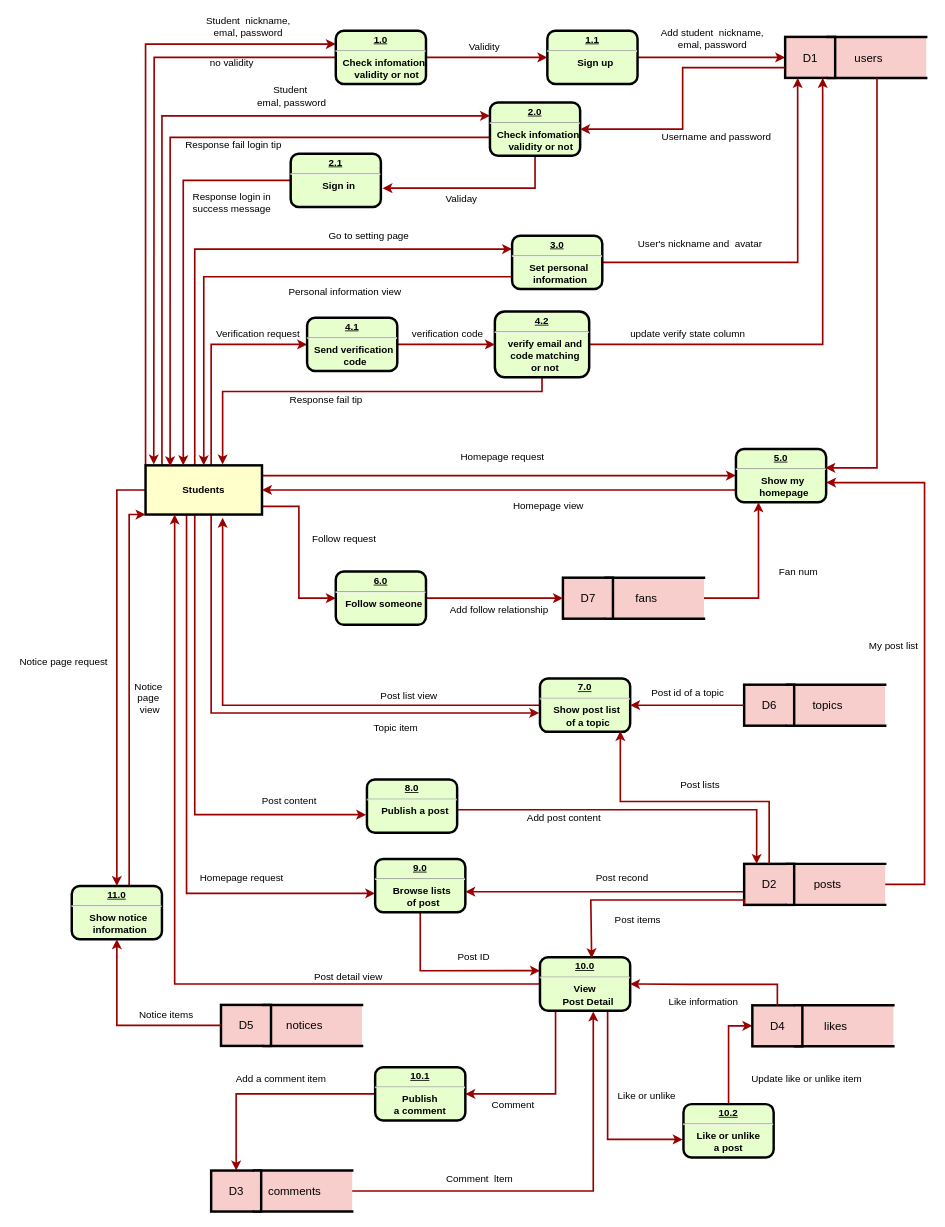
Before: docs/dfd.drawio in loveagri/zhihu, a draw.io diagram. Source tidied: cells renumbered, new cells numbered last; positions are measured from the earlier drawing's top-left corner, leaving out a move shared by most shapes. Both pictures are drawn from the tidied source at 82%, with x=0, y=0 at pixel (14, 14).
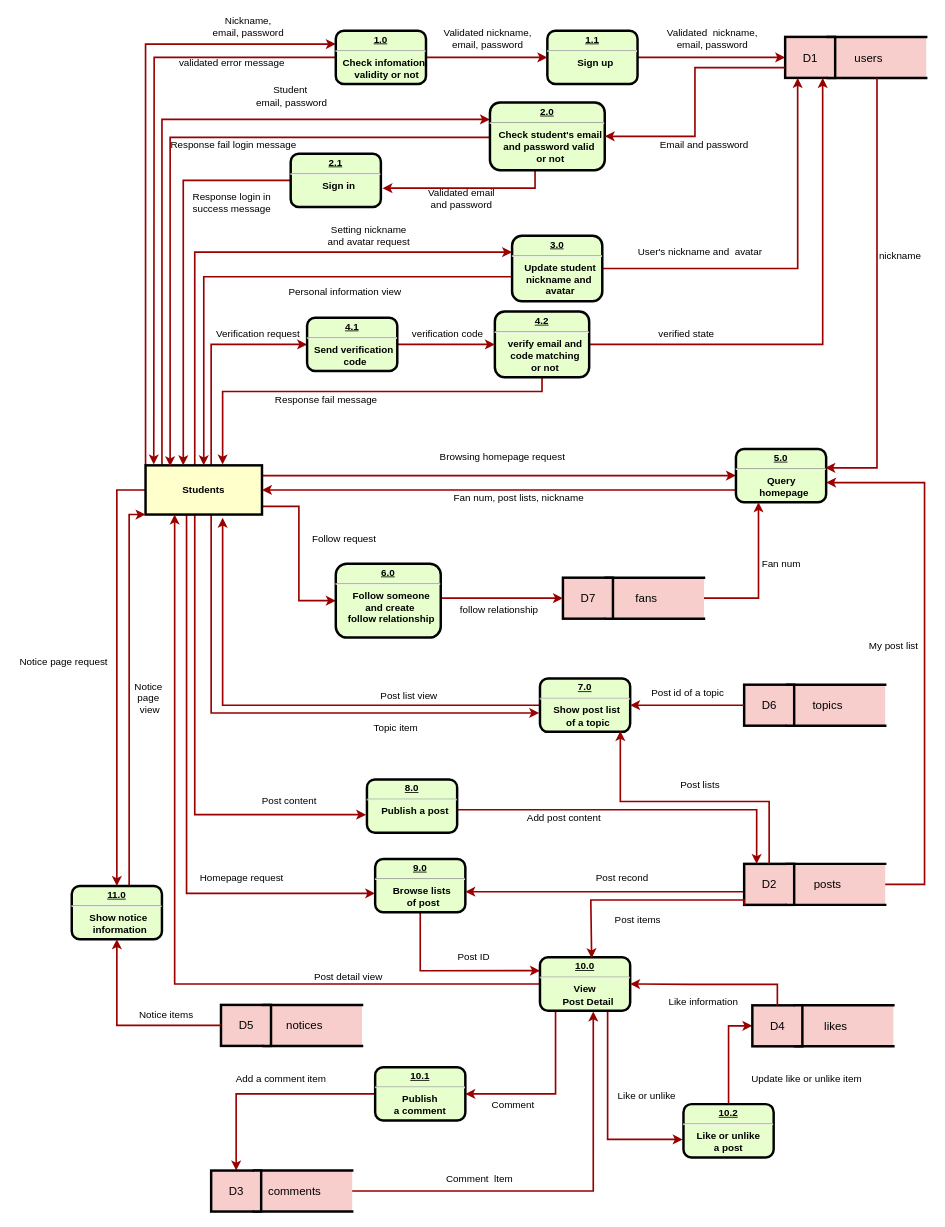
After the change.

Unchanged cells that the change refers to:
```xml
<mxCell id="12" value="Students" style="whiteSpace=wrap;align=center;verticalAlign=middle;fontStyle=1;strokeWidth=3;fillColor=#FFFFCC;" parent="1" vertex="1">
  <mxGeometry x="160" y="550" width="142" height="60" as="geometry" />
</mxCell>
<mxCell id="82" style="rounded=0;whiteSpace=wrap;html=1;strokeColor=#000000;strokeWidth=3;fillColor=#f8cecc;" parent="81" vertex="1">
  <mxGeometry width="61" height="50" as="geometry" />
</mxCell>
```

What changed in the source:
```diff
@@
     <mxCell id="7" style="edgeStyle=orthogonalEdgeStyle;rounded=0;jettySize=auto;html=1;entryX=0;entryY=0.25;entryDx=0;entryDy=0;strokeColor=#990000;strokeWidth=2;" parent="1" edge="1" source="12" target="134">
       <mxGeometry relative="1" as="geometry">
         <Array as="points">
-          <mxPoint x="180" y="124" />
+          <mxPoint x="180" y="128" />
         </Array>
       </mxGeometry>
     </mxCell>
     <mxCell id="8" style="edgeStyle=orthogonalEdgeStyle;rounded=0;jettySize=auto;html=1;entryX=0;entryY=0.5;entryDx=0;entryDy=0;strokeColor=#990000;strokeWidth=2;" parent="1" edge="1" source="12" target="114">
       <mxGeometry relative="1" as="geometry">
         <Array as="points">
           <mxPoint x="347" y="600" />
-          <mxPoint x="347" y="712" />
+          <mxPoint x="347" y="715" />
         </Array>
       </mxGeometry>
     </mxCell>
     <mxCell id="9" style="edgeStyle=orthogonalEdgeStyle;rounded=0;jettySize=auto;html=1;entryX=0;entryY=0.25;entryDx=0;entryDy=0;strokeColor=#990000;strokeWidth=2;" parent="1" edge="1" source="12" target="56">
       <mxGeometry relative="1" as="geometry">
         <Array as="points">
-          <mxPoint x="220" y="286" />
+          <mxPoint x="220" y="290" />
         </Array>
       </mxGeometry>
     </mxCell>
@@
-    <mxCell id="15" value="Student&amp;nbsp; nickname,&lt;br&gt;emal, password" style="text;html=1;align=center;verticalAlign=middle;" parent="1" vertex="1">
-      <mxGeometry x="225" width="120" height="30" as="geometry" />
+    <mxCell id="15" value="Nickname,&lt;br&gt;email, password" style="text;html=1;align=center;verticalAlign=middle;" parent="1" vertex="1">
+      <mxGeometry x="235" width="100" height="30" as="geometry" />
     </mxCell>
@@
-    <mxCell id="25" value="Student&amp;nbsp;&lt;br&gt;emal, password" style="text;html=1;align=center;verticalAlign=middle;" parent="1" vertex="1">
+    <mxCell id="25" value="Student&amp;nbsp;&lt;br&gt;email, password" style="text;html=1;align=center;verticalAlign=middle;" parent="1" vertex="1">
       <mxGeometry x="288" y="85" width="100" height="30" as="geometry" />
     </mxCell>
@@
-    <mxCell id="56" value="&lt;p style=&quot;margin: 0px ; margin-top: 4px ; text-align: center ; text-decoration: underline&quot;&gt;3.0&lt;/p&gt;&lt;hr&gt;&lt;p style=&quot;margin: 0px ; margin-left: 8px&quot;&gt;Set personal&amp;nbsp;&lt;/p&gt;&lt;p style=&quot;margin: 0px ; margin-left: 8px&quot;&gt;information&lt;/p&gt;" style="verticalAlign=middle;align=center;overflow=fill;fontSize=12;fontFamily=Helvetica;html=1;rounded=1;fontStyle=1;strokeWidth=3;fillColor=#E6FFCC;" parent="1" vertex="1">
-      <mxGeometry x="607" y="270" width="110" height="65" as="geometry" />
+    <mxCell id="56" value="&lt;p style=&quot;margin: 0px ; margin-top: 4px ; text-align: center ; text-decoration: underline&quot;&gt;3.0&lt;/p&gt;&lt;hr&gt;&lt;p style=&quot;margin: 0px ; margin-left: 8px&quot;&gt;Update student&lt;/p&gt;&lt;p style=&quot;margin: 0px ; margin-left: 8px&quot;&gt;nickname and&amp;nbsp;&lt;/p&gt;&lt;p style=&quot;margin: 0px ; margin-left: 8px&quot;&gt;avatar&lt;/p&gt;" style="verticalAlign=middle;align=center;overflow=fill;fontSize=12;fontFamily=Helvetica;html=1;rounded=1;fontStyle=1;strokeWidth=3;fillColor=#E6FFCC;" parent="1" vertex="1">
+      <mxGeometry x="607" y="270" width="110" height="80" as="geometry" />
     </mxCell>
-    <mxCell id="57" value="Add student&amp;nbsp; nickname,&lt;br&gt;emal, password" style="text;html=1;align=center;verticalAlign=middle;" parent="1" vertex="1">
-      <mxGeometry x="781" y="15" width="140" height="30" as="geometry" />
+    <mxCell id="57" value="Validated&amp;nbsp; nickname,&lt;br&gt;email, password" style="text;html=1;align=center;verticalAlign=middle;" parent="1" vertex="1">
+      <mxGeometry x="786" y="15" width="130" height="30" as="geometry" />
     </mxCell>
@@
-    <mxCell id="59" value="&lt;p style=&quot;margin: 0px ; margin-top: 4px ; text-align: center ; text-decoration: underline&quot;&gt;5.0&lt;/p&gt;&lt;hr&gt;&lt;p style=&quot;margin: 0px ; margin-left: 8px&quot;&gt;Show my&amp;nbsp;&lt;/p&gt;&lt;p style=&quot;margin: 0px ; margin-left: 8px&quot;&gt;homepage&lt;/p&gt;" style="verticalAlign=middle;align=center;overflow=fill;fontSize=12;fontFamily=Helvetica;html=1;rounded=1;fontStyle=1;strokeWidth=3;fillColor=#E6FFCC;" parent="1" vertex="1">
+    <mxCell id="59" value="&lt;p style=&quot;margin: 0px ; margin-top: 4px ; text-align: center ; text-decoration: underline&quot;&gt;5.0&lt;/p&gt;&lt;hr&gt;&lt;p style=&quot;margin: 0px ; margin-left: 8px&quot;&gt;Query&amp;nbsp;&amp;nbsp;&lt;/p&gt;&lt;p style=&quot;margin: 0px ; margin-left: 8px&quot;&gt;homepage&lt;/p&gt;" style="verticalAlign=middle;align=center;overflow=fill;fontSize=12;fontFamily=Helvetica;html=1;rounded=1;fontStyle=1;strokeWidth=3;fillColor=#E6FFCC;" parent="1" vertex="1">
       <mxGeometry x="880" y="530" width="110" height="65" as="geometry" />
     </mxCell>
@@
     <mxCell id="110" value="Fan num" style="text;html=1;align=center;verticalAlign=middle;" parent="1" vertex="1">
-      <mxGeometry x="926" y="670" width="60" height="20" as="geometry" />
+      <mxGeometry x="905" y="659.5" width="60" height="20" as="geometry" />
     </mxCell>
@@
     <mxCell id="113" style="edgeStyle=orthogonalEdgeStyle;rounded=0;jettySize=auto;html=1;strokeColor=#990000;strokeWidth=2;entryX=0;entryY=0.5;entryDx=0;entryDy=0;" parent="1" edge="1" source="114" target="82">
-      <mxGeometry relative="1" as="geometry" />
+      <mxGeometry relative="1" as="geometry">
+        <Array as="points">
+          <mxPoint x="540" y="712" />
+          <mxPoint x="540" y="712" />
+        </Array>
+      </mxGeometry>
     </mxCell>
-    <mxCell id="114" value="&lt;p style=&quot;margin: 0px ; margin-top: 4px ; text-align: center ; text-decoration: underline&quot;&gt;6.0&lt;/p&gt;&lt;hr&gt;&lt;p style=&quot;margin: 0px ; margin-left: 8px&quot;&gt;Follow someone&lt;/p&gt;" style="verticalAlign=middle;align=center;overflow=fill;fontSize=12;fontFamily=Helvetica;html=1;rounded=1;fontStyle=1;strokeWidth=3;fillColor=#E6FFCC;" parent="1" vertex="1">
-      <mxGeometry x="392" y="679.5" width="110" height="65" as="geometry" />
+    <mxCell id="114" value="&lt;p style=&quot;margin: 0px ; margin-top: 4px ; text-align: center ; text-decoration: underline&quot;&gt;6.0&lt;/p&gt;&lt;hr&gt;&lt;p style=&quot;margin: 0px ; margin-left: 8px&quot;&gt;Follow someone&lt;/p&gt;&lt;p style=&quot;margin: 0px ; margin-left: 8px&quot;&gt;and create&amp;nbsp;&lt;/p&gt;&lt;p style=&quot;margin: 0px ; margin-left: 8px&quot;&gt;follow relationship&lt;/p&gt;" style="verticalAlign=middle;align=center;overflow=fill;fontSize=12;fontFamily=Helvetica;html=1;rounded=1;fontStyle=1;strokeWidth=3;fillColor=#E6FFCC;" parent="1" vertex="1">
+      <mxGeometry x="392" y="670" width="128" height="90" as="geometry" />
     </mxCell>
@@
-    <mxCell id="130" value="no validity" style="text;html=1;align=center;verticalAlign=middle;" parent="1" vertex="1">
-      <mxGeometry x="230" y="50" width="70" height="20" as="geometry" />
+    <mxCell id="130" value="validated error message" style="text;html=1;align=center;verticalAlign=middle;" parent="1" vertex="1">
+      <mxGeometry x="195" y="50" width="140" height="20" as="geometry" />
     </mxCell>
-    <mxCell id="131" value="Validity" style="text;html=1;align=center;verticalAlign=middle;" parent="1" vertex="1">
-      <mxGeometry x="548" y="30" width="50" height="20" as="geometry" />
+    <mxCell id="131" value="Validated nickname,&lt;br&gt;email, password" style="text;html=1;align=center;verticalAlign=middle;" parent="1" vertex="1">
+      <mxGeometry x="517" y="15" width="120" height="30" as="geometry" />
     </mxCell>
@@
-    <mxCell id="134" value="&lt;p style=&quot;margin: 0px ; margin-top: 4px ; text-align: center ; text-decoration: underline&quot;&gt;2.0&lt;/p&gt;&lt;hr&gt;&lt;p style=&quot;margin: 0px ; margin-left: 8px&quot;&gt;Check infomation&lt;/p&gt;&lt;p style=&quot;margin: 0px ; margin-left: 8px&quot;&gt;&amp;nbsp; validity or not&lt;/p&gt;" style="verticalAlign=middle;align=center;overflow=fill;fontSize=12;fontFamily=Helvetica;html=1;rounded=1;fontStyle=1;strokeWidth=3;fillColor=#E6FFCC;" parent="1" vertex="1">
-      <mxGeometry x="580" y="107.5" width="110" height="65" as="geometry" />
+    <mxCell id="134" value="&lt;p style=&quot;margin: 0px ; margin-top: 4px ; text-align: center ; text-decoration: underline&quot;&gt;2.0&lt;/p&gt;&lt;hr&gt;&lt;p style=&quot;margin: 0px ; margin-left: 8px&quot;&gt;Check student's email&lt;/p&gt;&lt;p style=&quot;margin: 0px ; margin-left: 8px&quot;&gt;and password valid&amp;nbsp;&lt;/p&gt;&lt;p style=&quot;margin: 0px ; margin-left: 8px&quot;&gt;or not&lt;/p&gt;" style="verticalAlign=middle;align=center;overflow=fill;fontSize=12;fontFamily=Helvetica;html=1;rounded=1;fontStyle=1;strokeWidth=3;fillColor=#E6FFCC;" parent="1" vertex="1">
+      <mxGeometry x="580" y="107.5" width="140" height="82.5" as="geometry" />
     </mxCell>
@@
-    <mxCell id="136" value="Username and password" style="text;html=1;align=center;verticalAlign=middle;" parent="1" vertex="1">
-      <mxGeometry x="781" y="140" width="150" height="20" as="geometry" />
+    <mxCell id="136" value="Email and password" style="text;html=1;align=center;verticalAlign=middle;" parent="1" vertex="1">
+      <mxGeometry x="781" y="150" width="120" height="20" as="geometry" />
     </mxCell>
-    <mxCell id="137" value="Response fail login tip" style="text;html=1;align=center;verticalAlign=middle;" parent="1" vertex="1">
-      <mxGeometry x="202" y="150" width="130" height="20" as="geometry" />
+    <mxCell id="137" value="Response fail login message" style="text;html=1;align=center;verticalAlign=middle;" parent="1" vertex="1">
+      <mxGeometry x="182" y="150" width="170" height="20" as="geometry" />
     </mxCell>
-    <mxCell id="138" value="Validay" style="text;html=1;align=center;verticalAlign=middle;" parent="1" vertex="1">
-      <mxGeometry x="520" y="215" width="50" height="20" as="geometry" />
+    <mxCell id="138" value="Validated email&lt;br&gt;and password" style="text;html=1;align=center;verticalAlign=middle;" parent="1" vertex="1">
+      <mxGeometry x="495" y="210" width="100" height="30" as="geometry" />
     </mxCell>
@@
-    <mxCell id="140" value="Homepage view" style="text;html=1;align=center;verticalAlign=middle;" parent="1" vertex="1">
-      <mxGeometry x="601" y="590" width="100" height="20" as="geometry" />
+    <mxCell id="140" value="Fan num, post lists, nickname" style="text;html=1;align=center;verticalAlign=middle;" parent="1" vertex="1">
+      <mxGeometry x="530" y="580" width="170" height="20" as="geometry" />
     </mxCell>
-    <mxCell id="141" value="Homepage request" style="text;html=1;align=center;verticalAlign=middle;" parent="1" vertex="1">
-      <mxGeometry x="535" y="530" width="120" height="20" as="geometry" />
+    <mxCell id="141" value="Browsing homepage request" style="text;html=1;align=center;verticalAlign=middle;" parent="1" vertex="1">
+      <mxGeometry x="510" y="530" width="170" height="20" as="geometry" />
     </mxCell>
@@
-    <mxCell id="143" value="Add follow relationship" style="text;html=1;align=center;verticalAlign=middle;" parent="1" vertex="1">
-      <mxGeometry x="521" y="717" width="140" height="20" as="geometry" />
+    <mxCell id="143" value="follow relationship" style="text;html=1;align=center;verticalAlign=middle;" parent="1" vertex="1">
+      <mxGeometry x="536" y="717" width="110" height="20" as="geometry" />
     </mxCell>
@@
     <mxCell id="146" value="User's nickname and&amp;nbsp; avatar" style="text;html=1;align=center;verticalAlign=middle;" parent="1" vertex="1">
-      <mxGeometry x="751" y="270" width="170" height="20" as="geometry" />
+      <mxGeometry x="751" y="280" width="170" height="20" as="geometry" />
     </mxCell>
@@
-    <mxCell id="148" value="Go to setting page" style="text;html=1;align=center;verticalAlign=middle;" parent="1" vertex="1">
-      <mxGeometry x="377" y="260" width="110" height="20" as="geometry" />
+    <mxCell id="148" value="Setting nickname&lt;br&gt;and avatar request" style="text;html=1;align=center;verticalAlign=middle;" parent="1" vertex="1">
+      <mxGeometry x="372" y="255" width="120" height="30" as="geometry" />
     </mxCell>
@@
-    <mxCell id="156" value="Response fail tip" style="text;html=1;align=center;verticalAlign=middle;" parent="1" vertex="1">
-      <mxGeometry x="330" y="460" width="100" height="20" as="geometry" />
+    <mxCell id="156" value="Response fail message" style="text;html=1;align=center;verticalAlign=middle;" parent="1" vertex="1">
+      <mxGeometry x="310" y="460" width="140" height="20" as="geometry" />
     </mxCell>
-    <mxCell id="157" value="update verify state column" style="text;html=1;align=center;verticalAlign=middle;" parent="1" vertex="1">
-      <mxGeometry x="741" y="380" width="160" height="20" as="geometry" />
+    <mxCell id="157" value="verified state&amp;nbsp;" style="text;html=1;align=center;verticalAlign=middle;" parent="1" vertex="1">
+      <mxGeometry x="776" y="380" width="90" height="20" as="geometry" />
     </mxCell>
@@
+    <mxCell id="161" value="nickname" style="text;html=1;align=center;verticalAlign=middle;" parent="1" vertex="1">
+      <mxGeometry x="1045" y="285" width="70" height="20" as="geometry" />
+    </mxCell>
```
